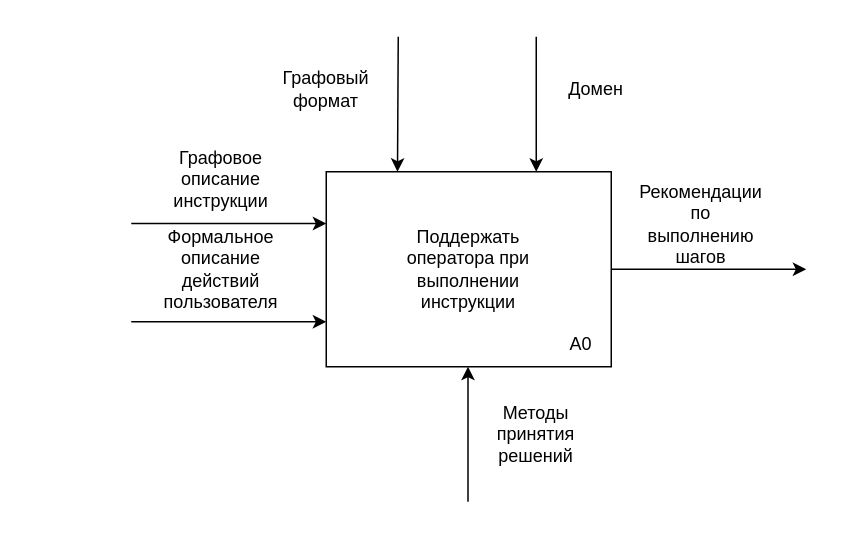
This is report/inc/img/idef1.drawio from Jarozin/diplom, a draw.io file, before an edit. Source tidied: cells renumbered, new cells numbered last; positions are measured from the earlier drawing's top-left corner, leaving out a move shared by most shapes. Both pictures are drawn from the tidied source at 150%, with x=0, y=0 at pixel (130, 36).
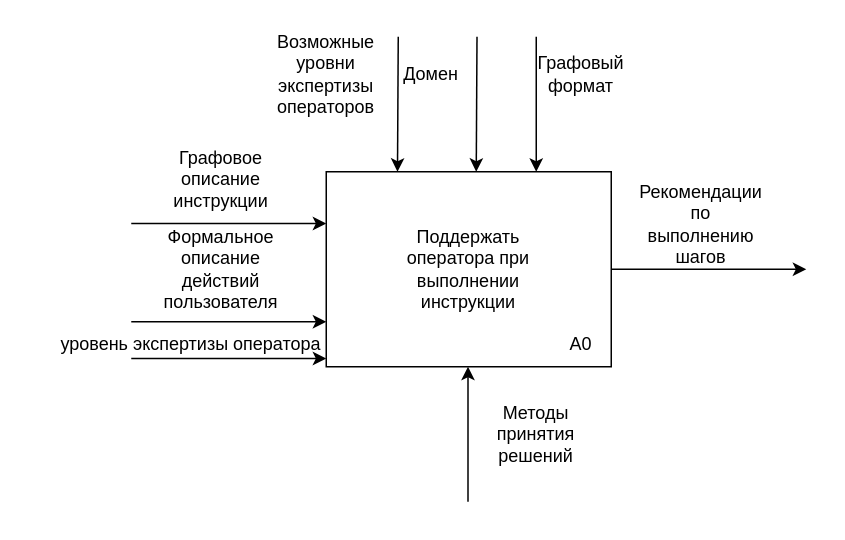
Above is the later version.

Diff of the diagram source:
```diff
@@
     <mxCell id="14" value="Графовый формат" style="text;html=1;align=center;verticalAlign=middle;whiteSpace=wrap;rounded=0;" parent="1" vertex="1">
-      <mxGeometry x="100" y="20" width="60" height="30" as="geometry" />
+      <mxGeometry x="270" y="10" width="60" height="30" as="geometry" />
     </mxCell>
     <mxCell id="15" value="Домен" style="text;html=1;align=center;verticalAlign=middle;whiteSpace=wrap;rounded=0;" parent="1" vertex="1">
-      <mxGeometry x="280" y="20" width="60" height="30" as="geometry" />
+      <mxGeometry x="170" y="10" width="60" height="30" as="geometry" />
     </mxCell>
@@
+    <mxCell id="17" value="уровень экспертизы оператора" style="text;html=1;align=center;verticalAlign=middle;whiteSpace=wrap;rounded=0;" parent="1" vertex="1">
+      <mxGeometry x="-70" y="190" width="220" height="30" as="geometry" />
+    </mxCell>
+    <mxCell id="18" style="endArrow=classic;html=1;rounded=0;exitX=1;exitY=0.5;exitDx=0;exitDy=0;" parent="1" edge="1">
+      <mxGeometry relative="1" as="geometry">
+        <mxPoint y="214.5" as="sourcePoint" />
+        <mxPoint x="130" y="214.5" as="targetPoint" />
+      </mxGeometry>
+    </mxCell>
+    <mxCell id="19" style="endArrow=classic;html=1;rounded=0;entryX=0.25;entryY=0;entryDx=0;entryDy=0;" parent="1" edge="1">
+      <mxGeometry relative="1" as="geometry">
+        <mxPoint x="230.5" as="sourcePoint" />
+        <mxPoint x="230" y="90" as="targetPoint" />
+      </mxGeometry>
+    </mxCell>
+    <mxCell id="20" value="Возможные уровни экспертизы операторов" style="text;html=1;align=center;verticalAlign=middle;whiteSpace=wrap;rounded=0;" parent="1" vertex="1">
+      <mxGeometry x="100" y="10" width="60" height="30" as="geometry" />
+    </mxCell>
```
